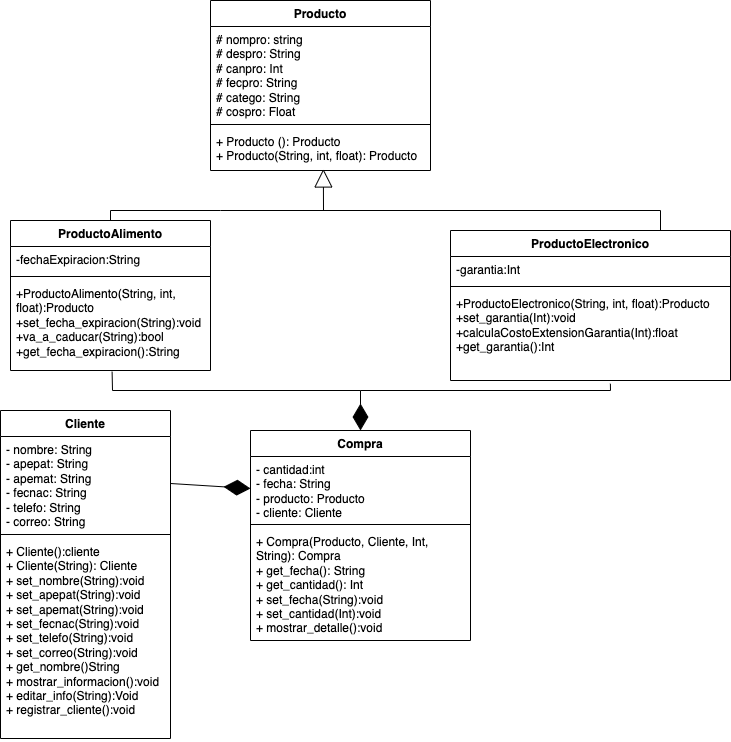
This is EasyBuy_DiagramaClases.png from ValeMargain/proyecto-TC1033.301, a draw.io export, as it was before one commit. Source tidied: cells renumbered, new cells last; positions are measured from the earlier drawing's top-left corner, leaving out a move shared by most shapes.
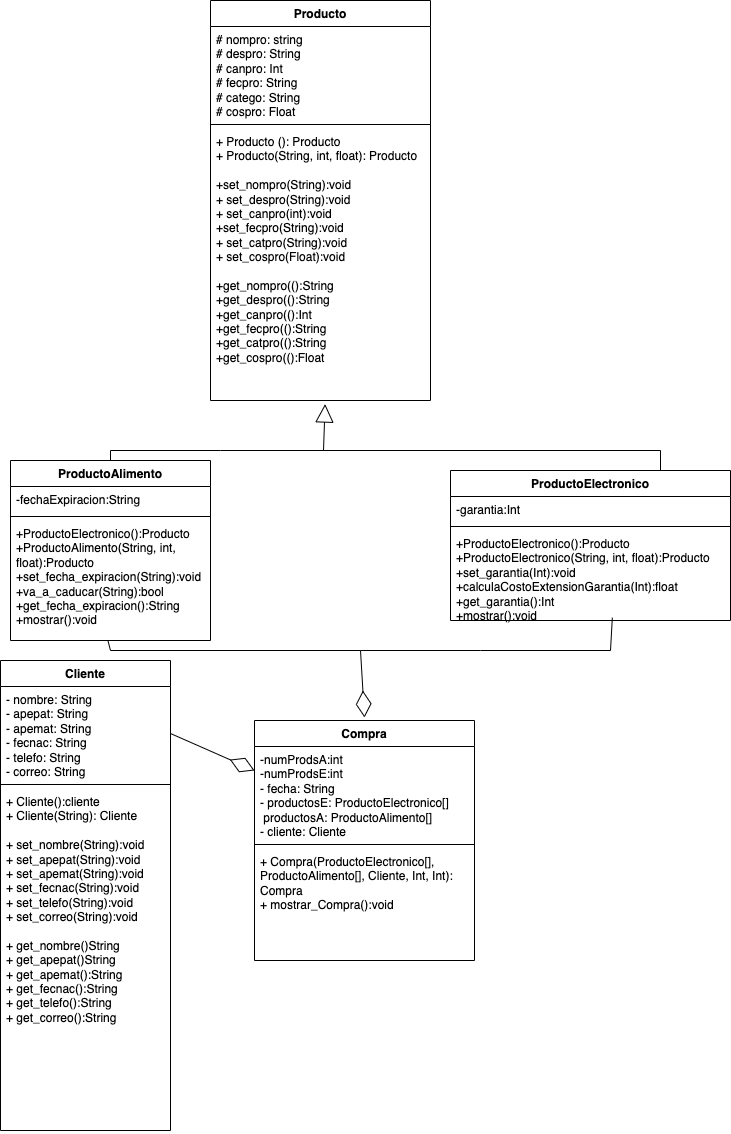
After the commit.

Diff of the diagram source:
```diff
@@ -3,7 +3,7 @@
     <mxCell id="0" />
     <mxCell id="1" parent="0" />
     <mxCell id="2" value="Cliente" style="swimlane;fontStyle=1;align=center;verticalAlign=top;horizontal=1;startSize=26;whiteSpace=wrap;html=1;" parent="1" vertex="1">
-      <mxGeometry y="410" width="170" height="328" as="geometry" />
+      <mxGeometry y="420" width="170" height="470" as="geometry" />
     </mxCell>
     <mxCell id="3" value="- nombre: String&lt;div&gt;- apepat: String&lt;/div&gt;&lt;div&gt;- apemat: String&lt;/div&gt;&lt;div&gt;- fecnac: String&lt;/div&gt;&lt;div&gt;- telefo: String&lt;/div&gt;&lt;div&gt;- correo: String&lt;/div&gt;" style="text;strokeColor=none;fillColor=none;align=left;verticalAlign=top;spacingLeft=4;spacingRight=4;overflow=hidden;points=[[0,0.5],[1,0.5]];portConstraint=eastwest;whiteSpace=wrap;html=1;" parent="2" vertex="1">
       <mxGeometry y="26" width="170" height="94" as="geometry" />
@@ -11,11 +11,11 @@
     <mxCell id="4" style="line;strokeWidth=1;fillColor=none;align=left;verticalAlign=middle;spacingTop=-1;spacingLeft=3;spacingRight=3;labelPosition=right;strokeColor=inherit;" parent="2" vertex="1">
       <mxGeometry y="120" width="170" height="8" as="geometry" />
     </mxCell>
-    <mxCell id="5" value="+ Cliente():cliente&lt;div&gt;+ Cliente(String): Cliente&lt;/div&gt;&lt;div&gt;+ set_nombre(String):void&lt;/div&gt;&lt;div&gt;+ set_apepat(String):void&lt;/div&gt;&lt;div&gt;+ set_apemat(String):void&lt;/div&gt;&lt;div&gt;+ set_fecnac(String):void&lt;/div&gt;&lt;div&gt;+ set_telefo(String):void&lt;br&gt;&lt;div&gt;+ set_correo(String):void&lt;/div&gt;&lt;/div&gt;&lt;div&gt;+ get_nombre()String&lt;/div&gt;&lt;div&gt;+ mostrar_informacion():void&lt;/div&gt;&lt;div&gt;+ editar_info(String):Void&lt;/div&gt;&lt;div&gt;+ registrar_cliente():void&lt;/div&gt;" style="text;strokeColor=none;fillColor=none;align=left;verticalAlign=top;spacingLeft=4;spacingRight=4;overflow=hidden;whiteSpace=wrap;html=1;" parent="2" vertex="1">
-      <mxGeometry y="128" width="170" height="200" as="geometry" />
+    <mxCell id="5" value="+ Cliente():cliente&lt;div&gt;+ Cliente(String): Cliente&lt;/div&gt;&lt;div&gt;&lt;br&gt;&lt;/div&gt;&lt;div&gt;+ set_nombre(String):void&lt;/div&gt;&lt;div&gt;+ set_apepat(String):void&lt;/div&gt;&lt;div&gt;+ set_apemat(String):void&lt;/div&gt;&lt;div&gt;+ set_fecnac(String):void&lt;/div&gt;&lt;div&gt;+ set_telefo(String):void&lt;br&gt;&lt;div&gt;+ set_correo(String):void&lt;/div&gt;&lt;/div&gt;&lt;div&gt;&lt;br&gt;&lt;/div&gt;&lt;div&gt;+ get_nombre()String&lt;/div&gt;&lt;div&gt;+ get_apepat()String&lt;/div&gt;&lt;div&gt;+&lt;span style=&quot;background-color: initial;&quot;&gt;&amp;nbsp;get_apemat():String&lt;/span&gt;&lt;/div&gt;&lt;div&gt;&lt;span style=&quot;background-color: initial;&quot;&gt;+&lt;/span&gt;&lt;span style=&quot;background-color: initial;&quot;&gt;&amp;nbsp;get_fecnac():String&lt;/span&gt;&lt;/div&gt;&lt;div&gt;&lt;span style=&quot;background-color: initial;&quot;&gt;+&lt;/span&gt;&lt;span style=&quot;background-color: initial;&quot;&gt;&amp;nbsp;get_telefo():String&lt;/span&gt;&lt;/div&gt;&lt;div&gt;&lt;span style=&quot;background-color: initial;&quot;&gt;+&lt;/span&gt;&lt;span style=&quot;background-color: initial;&quot;&gt;&amp;nbsp;get_correo():String&lt;/span&gt;&lt;/div&gt;&lt;div&gt;&lt;br&gt;&lt;/div&gt;" style="text;strokeColor=none;fillColor=none;align=left;verticalAlign=top;spacingLeft=4;spacingRight=4;overflow=hidden;whiteSpace=wrap;html=1;" parent="2" vertex="1">
+      <mxGeometry y="128" width="170" height="342" as="geometry" />
     </mxCell>
     <mxCell id="6" value="Producto" style="swimlane;fontStyle=1;align=center;verticalAlign=top;horizontal=1;startSize=26;whiteSpace=wrap;html=1;" parent="1" vertex="1">
-      <mxGeometry x="210" width="220" height="170" as="geometry" />
+      <mxGeometry x="210" y="-240" width="220" height="400" as="geometry" />
     </mxCell>
     <mxCell id="7" value="# nompro: string&lt;div&gt;# despro: String&lt;/div&gt;&lt;div&gt;# canpro: Int&lt;/div&gt;&lt;div&gt;# fecpro: String&lt;/div&gt;&lt;div&gt;# catego: String&lt;/div&gt;&lt;div&gt;# cospro: Float&lt;/div&gt;" style="text;strokeColor=none;fillColor=none;align=left;verticalAlign=top;spacingLeft=4;spacingRight=4;overflow=hidden;whiteSpace=wrap;html=1;" parent="6" vertex="1">
       <mxGeometry y="26" width="220" height="94" as="geometry" />
@@ -23,23 +23,23 @@
     <mxCell id="8" style="line;strokeWidth=1;fillColor=none;align=left;verticalAlign=middle;spacingTop=-1;spacingLeft=3;spacingRight=3;labelPosition=right;strokeColor=inherit;" parent="6" vertex="1">
       <mxGeometry y="120" width="220" height="8" as="geometry" />
     </mxCell>
-    <mxCell id="9" value="+ Producto (): Producto&lt;div&gt;+ Producto(String, int, float): Producto&lt;/div&gt;" style="text;strokeColor=none;fillColor=none;align=left;verticalAlign=top;spacingLeft=4;spacingRight=4;overflow=hidden;points=[[0,0.5],[1,0.5]];portConstraint=eastwest;whiteSpace=wrap;html=1;" parent="6" vertex="1">
-      <mxGeometry y="128" width="220" height="42" as="geometry" />
+    <mxCell id="9" value="+ Producto (): Producto&lt;div&gt;+ Producto(String, int, float): Producto&lt;/div&gt;&lt;div&gt;&lt;span style=&quot;text-align: center;&quot;&gt;&lt;br&gt;&lt;/span&gt;&lt;/div&gt;&lt;div&gt;&lt;span style=&quot;text-align: center;&quot;&gt;+set_nompro(String):void&lt;/span&gt;&lt;/div&gt;&lt;div&gt;&lt;span style=&quot;text-align: center;&quot;&gt;+&lt;/span&gt;&lt;span style=&quot;text-align: center;&quot;&gt;&amp;nbsp;&lt;/span&gt;&lt;span style=&quot;text-align: center;&quot;&gt;set_despro&lt;/span&gt;&lt;span style=&quot;text-align: center;&quot;&gt;(String):void&lt;/span&gt;&lt;span style=&quot;text-align: center;&quot;&gt;&lt;/span&gt;&lt;/div&gt;&lt;div&gt;&lt;span style=&quot;text-align: center;&quot;&gt;+&lt;/span&gt;&lt;span style=&quot;text-align: center;&quot;&gt;&amp;nbsp;set_canpro&lt;/span&gt;&lt;span style=&quot;text-align: center;&quot;&gt;(int):void&lt;/span&gt;&lt;span style=&quot;text-align: center;&quot;&gt;&lt;/span&gt;&lt;/div&gt;&lt;div&gt;&lt;div&gt;&lt;span style=&quot;text-align: center;&quot;&gt;+set_fecpro(String):void&lt;/span&gt;&lt;/div&gt;&lt;div&gt;&lt;span style=&quot;text-align: center;&quot;&gt;+&lt;/span&gt;&lt;span style=&quot;text-align: center;&quot;&gt;&amp;nbsp;&lt;/span&gt;&lt;span style=&quot;text-align: center;&quot;&gt;set_catpro&lt;/span&gt;&lt;span style=&quot;text-align: center;&quot;&gt;(String):void&lt;/span&gt;&lt;span style=&quot;text-align: center;&quot;&gt;&lt;/span&gt;&lt;/div&gt;&lt;div&gt;&lt;span style=&quot;text-align: center;&quot;&gt;+&lt;/span&gt;&lt;span style=&quot;text-align: center;&quot;&gt;&amp;nbsp;set_cospro&lt;/span&gt;&lt;span style=&quot;text-align: center;&quot;&gt;(Float):void&lt;/span&gt;&lt;/div&gt;&lt;/div&gt;&lt;div&gt;&lt;span style=&quot;text-align: center;&quot;&gt;&lt;br&gt;&lt;/span&gt;&lt;/div&gt;&lt;div&gt;&lt;span style=&quot;text-align: center;&quot;&gt;+get_&lt;/span&gt;&lt;span style=&quot;text-align: center;&quot;&gt;nompro(&lt;/span&gt;&lt;span style=&quot;background-color: initial; text-align: center;&quot;&gt;():String&lt;/span&gt;&lt;/div&gt;&lt;div&gt;&lt;div&gt;&lt;span style=&quot;text-align: center;&quot;&gt;+get_desp&lt;/span&gt;&lt;span style=&quot;text-align: center;&quot;&gt;ro(&lt;/span&gt;&lt;span style=&quot;background-color: initial; text-align: center;&quot;&gt;():String&lt;/span&gt;&lt;/div&gt;&lt;/div&gt;&lt;div&gt;&lt;div&gt;&lt;span style=&quot;text-align: center;&quot;&gt;+get_can&lt;/span&gt;&lt;span style=&quot;text-align: center;&quot;&gt;pro(&lt;/span&gt;&lt;span style=&quot;background-color: initial; text-align: center;&quot;&gt;():Int&lt;/span&gt;&lt;/div&gt;&lt;/div&gt;&lt;div&gt;&lt;div&gt;&lt;span style=&quot;text-align: center;&quot;&gt;+get_fec&lt;/span&gt;&lt;span style=&quot;text-align: center;&quot;&gt;pro(&lt;/span&gt;&lt;span style=&quot;background-color: initial; text-align: center;&quot;&gt;():String&lt;/span&gt;&lt;/div&gt;&lt;/div&gt;&lt;div&gt;&lt;div&gt;&lt;span style=&quot;text-align: center;&quot;&gt;+get_cat&lt;/span&gt;&lt;span style=&quot;text-align: center;&quot;&gt;pro(&lt;/span&gt;&lt;span style=&quot;background-color: initial; text-align: center;&quot;&gt;():String&lt;/span&gt;&lt;/div&gt;&lt;/div&gt;&lt;div&gt;&lt;div&gt;&lt;span style=&quot;text-align: center;&quot;&gt;+get_cos&lt;/span&gt;&lt;span style=&quot;text-align: center;&quot;&gt;pro(&lt;/span&gt;&lt;span style=&quot;background-color: initial; text-align: center;&quot;&gt;():Float&lt;/span&gt;&lt;/div&gt;&lt;/div&gt;&lt;div&gt;&lt;span style=&quot;background-color: initial; text-align: center;&quot;&gt;&lt;br&gt;&lt;/span&gt;&lt;/div&gt;&lt;div&gt;&lt;span style=&quot;text-align: center;&quot;&gt;&lt;br&gt;&lt;/span&gt;&lt;/div&gt;&lt;div&gt;&lt;span style=&quot;text-align: center;&quot;&gt;&lt;br&gt;&lt;/span&gt;&lt;/div&gt;" style="text;strokeColor=none;fillColor=none;align=left;verticalAlign=top;spacingLeft=4;spacingRight=4;overflow=hidden;points=[[0,0.5],[1,0.5]];portConstraint=eastwest;whiteSpace=wrap;html=1;" parent="6" vertex="1">
+      <mxGeometry y="128" width="220" height="272" as="geometry" />
     </mxCell>
     <mxCell id="10" value="Compra" style="swimlane;fontStyle=1;align=center;verticalAlign=top;horizontal=1;startSize=26;whiteSpace=wrap;html=1;" parent="1" vertex="1">
-      <mxGeometry x="250" y="430" width="220" height="210" as="geometry" />
+      <mxGeometry x="254" y="480" width="220" height="240" as="geometry" />
     </mxCell>
-    <mxCell id="11" value="- cantidad:int&lt;div&gt;- fecha: String&lt;br&gt;&lt;div&gt;- producto: Producto&lt;/div&gt;&lt;div&gt;- cliente: Cliente&lt;/div&gt;&lt;div&gt;&lt;br&gt;&lt;/div&gt;&lt;/div&gt;" style="text;strokeColor=none;fillColor=none;align=left;verticalAlign=top;spacingLeft=4;spacingRight=4;overflow=hidden;points=[[0,0.5],[1,0.5]];portConstraint=eastwest;whiteSpace=wrap;html=1;" parent="10" vertex="1">
-      <mxGeometry y="26" width="220" height="64" as="geometry" />
+    <mxCell id="11" value="-numProdsA&lt;span style=&quot;background-color: initial;&quot;&gt;:int&lt;/span&gt;&lt;div&gt;-numProdsE&lt;span style=&quot;background-color: initial;&quot;&gt;:int&lt;/span&gt;&lt;br&gt;&lt;div&gt;- fecha: String&lt;br&gt;&lt;div&gt;- productosE: ProductoElectronico[]&lt;/div&gt;&lt;div&gt;&amp;nbsp;productosA: ProductoAlimento[]&lt;/div&gt;&lt;div&gt;- cliente: Cliente&lt;/div&gt;&lt;div&gt;&lt;br&gt;&lt;/div&gt;&lt;/div&gt;&lt;/div&gt;" style="text;strokeColor=none;fillColor=none;align=left;verticalAlign=top;spacingLeft=4;spacingRight=4;overflow=hidden;points=[[0,0.5],[1,0.5]];portConstraint=eastwest;whiteSpace=wrap;html=1;" parent="10" vertex="1">
+      <mxGeometry y="26" width="220" height="94" as="geometry" />
     </mxCell>
     <mxCell id="12" style="line;strokeWidth=1;fillColor=none;align=left;verticalAlign=middle;spacingTop=-1;spacingLeft=3;spacingRight=3;labelPosition=right;strokeColor=inherit;" parent="10" vertex="1">
-      <mxGeometry y="90" width="220" height="8" as="geometry" />
+      <mxGeometry y="120" width="220" height="8" as="geometry" />
     </mxCell>
-    <mxCell id="13" value="+ Compra(Producto, Cliente, Int, String): Compra&lt;div&gt;+ get_fecha(): String&lt;/div&gt;&lt;div&gt;+ get_cantidad(): Int&lt;/div&gt;&lt;div&gt;+ set_fecha(String):void&lt;/div&gt;&lt;div&gt;+ set_cantidad(Int):void&lt;/div&gt;&lt;div&gt;+ mostrar_detalle():void&lt;/div&gt;&lt;div&gt;&lt;br&gt;&lt;/div&gt;" style="text;strokeColor=none;fillColor=none;align=left;verticalAlign=top;spacingLeft=4;spacingRight=4;overflow=hidden;whiteSpace=wrap;html=1;" parent="10" vertex="1">
-      <mxGeometry y="98" width="220" height="112" as="geometry" />
+    <mxCell id="13" value="+ Compra(ProductoElectronico[], ProductoAlimento[],&amp;nbsp;Cliente, Int, Int): Compra&lt;div&gt;+ mostrar_Compra():void&lt;/div&gt;&lt;div&gt;&lt;br&gt;&lt;/div&gt;" style="text;strokeColor=none;fillColor=none;align=left;verticalAlign=top;spacingLeft=4;spacingRight=4;overflow=hidden;whiteSpace=wrap;html=1;" parent="10" vertex="1">
+      <mxGeometry y="128" width="220" height="112" as="geometry" />
     </mxCell>
     <mxCell id="14" value="ProductoAlimento" style="swimlane;fontStyle=1;align=center;verticalAlign=top;horizontal=1;startSize=26;whiteSpace=wrap;html=1;" parent="1" vertex="1">
-      <mxGeometry x="10" y="220" width="200" height="150" as="geometry" />
+      <mxGeometry x="10" y="220" width="200" height="180" as="geometry" />
     </mxCell>
     <mxCell id="15" value="-fechaExpiracion:String" style="text;strokeColor=none;fillColor=none;align=left;verticalAlign=top;spacingLeft=4;spacingRight=4;overflow=hidden;whiteSpace=wrap;html=1;" parent="14" vertex="1">
       <mxGeometry y="26" width="200" height="26" as="geometry" />
@@ -47,9 +47,19 @@
     <mxCell id="16" style="line;strokeWidth=1;fillColor=none;align=left;verticalAlign=middle;spacingTop=-1;spacingLeft=3;spacingRight=3;labelPosition=right;strokeColor=inherit;" parent="14" vertex="1">
       <mxGeometry y="52" width="200" height="8" as="geometry" />
     </mxCell>
-    <mxCell id="17" value="&lt;span style=&quot;text-align: center;&quot;&gt;+ProductoAlimento(String, int, float):Producto&lt;/span&gt;&lt;div&gt;&lt;span style=&quot;text-align: center;&quot;&gt;+set_fecha_expiracion(String):void&lt;/span&gt;&lt;/div&gt;&lt;div&gt;&lt;span style=&quot;text-align: center;&quot;&gt;+va_a_caducar(String):bool&lt;/span&gt;&lt;/div&gt;&lt;div&gt;&lt;span style=&quot;text-align: center;&quot;&gt;+get_&lt;/span&gt;&lt;span style=&quot;text-align: center; background-color: initial;&quot;&gt;fecha_expiracion():String&lt;/span&gt;&lt;/div&gt;" style="text;strokeColor=none;fillColor=none;align=left;verticalAlign=top;spacingLeft=4;spacingRight=4;overflow=hidden;points=[[0,0.5],[1,0.5]];portConstraint=eastwest;whiteSpace=wrap;html=1;" parent="14" vertex="1">
-      <mxGeometry y="60" width="200" height="90" as="geometry" />
+    <mxCell id="17" value="&lt;div&gt;&lt;span style=&quot;text-align: center;&quot;&gt;+ProductoElectronico():Producto&lt;/span&gt;&lt;span style=&quot;text-align: center;&quot;&gt;&lt;/span&gt;&lt;/div&gt;&lt;span style=&quot;text-align: center;&quot;&gt;+ProductoAlimento(String, int, float):Producto&lt;/span&gt;&lt;div&gt;&lt;span style=&quot;text-align: center;&quot;&gt;+set_fecha_expiracion(String):void&lt;/span&gt;&lt;/div&gt;&lt;div&gt;&lt;span style=&quot;text-align: center;&quot;&gt;+va_a_caducar(String):bool&lt;/span&gt;&lt;/div&gt;&lt;div&gt;&lt;span style=&quot;text-align: center;&quot;&gt;+get_&lt;/span&gt;&lt;span style=&quot;text-align: center; background-color: initial;&quot;&gt;fecha_expiracion():String&lt;/span&gt;&lt;/div&gt;&lt;div&gt;&lt;span style=&quot;text-align: center; background-color: initial;&quot;&gt;+mostrar():void&lt;/span&gt;&lt;/div&gt;&lt;div&gt;&lt;span style=&quot;text-align: center; background-color: initial;&quot;&gt;&lt;br&gt;&lt;/span&gt;&lt;/div&gt;" style="text;strokeColor=none;fillColor=none;align=left;verticalAlign=top;spacingLeft=4;spacingRight=4;overflow=hidden;points=[[0,0.5],[1,0.5]];portConstraint=eastwest;whiteSpace=wrap;html=1;" parent="14" vertex="1">
+      <mxGeometry y="60" width="200" height="120" as="geometry" />
     </mxCell>
+    <mxCell id="29" style="endArrow=diamondThin;endFill=0;endSize=24;html=1;rounded=0;entryX=0.5;entryY=0;entryDx=0;entryDy=0;exitX=0.487;exitY=1.025;exitDx=0;exitDy=0;exitPerimeter=0;" parent="14" edge="1">
+      <mxGeometry relative="1" as="geometry">
+        <mxPoint x="97.4" y="180" as="sourcePoint" />
+        <mxPoint x="354" y="257" as="targetPoint" />
+        <Array as="points">
+          <mxPoint x="100" y="190" />
+          <mxPoint x="350" y="190" />
+        </Array>
+      </mxGeometry>
+    </mxCell>
     <mxCell id="18" value="ProductoElectronico" style="swimlane;fontStyle=1;align=center;verticalAlign=top;horizontal=1;startSize=26;whiteSpace=wrap;html=1;" parent="1" vertex="1">
       <mxGeometry x="450" y="230" width="280" height="150" as="geometry" />
     </mxCell>
@@ -59,10 +69,10 @@
     <mxCell id="20" style="line;strokeWidth=1;fillColor=none;align=left;verticalAlign=middle;spacingTop=-1;spacingLeft=3;spacingRight=3;labelPosition=right;strokeColor=inherit;" parent="18" vertex="1">
       <mxGeometry y="52" width="280" height="8" as="geometry" />
     </mxCell>
-    <mxCell id="21" value="&lt;span style=&quot;text-align: center;&quot;&gt;+ProductoElectronico(String, int, float):Producto&lt;/span&gt;&lt;div&gt;&lt;span style=&quot;text-align: center;&quot;&gt;+set_garantia(Int):void&lt;/span&gt;&lt;/div&gt;&lt;div&gt;&lt;span style=&quot;text-align: center;&quot;&gt;+calculaCostoExtensionGarantia(Int):float&lt;/span&gt;&lt;/div&gt;&lt;div&gt;&lt;span style=&quot;text-align: center;&quot;&gt;+get_garantia&lt;/span&gt;&lt;span style=&quot;text-align: center; background-color: initial;&quot;&gt;():Int&lt;/span&gt;&lt;/div&gt;" style="text;strokeColor=none;fillColor=none;align=left;verticalAlign=top;spacingLeft=4;spacingRight=4;overflow=hidden;points=[[0,0.5],[1,0.5]];portConstraint=eastwest;whiteSpace=wrap;html=1;" parent="18" vertex="1">
+    <mxCell id="21" value="&lt;div&gt;&lt;span style=&quot;text-align: center;&quot;&gt;+ProductoElectronico():Producto&lt;/span&gt;&lt;/div&gt;&lt;div&gt;&lt;span style=&quot;text-align: center;&quot;&gt;+ProductoElectronico(String, int, float):Producto&lt;/span&gt;&lt;div&gt;&lt;span style=&quot;text-align: center;&quot;&gt;+set_garantia(Int):void&lt;/span&gt;&lt;/div&gt;&lt;div&gt;&lt;span style=&quot;text-align: center;&quot;&gt;+calculaCostoExtensionGarantia(Int):float&lt;/span&gt;&lt;/div&gt;&lt;div&gt;&lt;span style=&quot;text-align: center;&quot;&gt;+get_garantia&lt;/span&gt;&lt;span style=&quot;text-align: center; background-color: initial;&quot;&gt;():Int&lt;/span&gt;&lt;/div&gt;&lt;div&gt;&lt;span style=&quot;text-align: center;&quot;&gt;+mostrar():void&lt;/span&gt;&lt;span style=&quot;text-align: center; background-color: initial;&quot;&gt;&lt;/span&gt;&lt;/div&gt;&lt;/div&gt;" style="text;strokeColor=none;fillColor=none;align=left;verticalAlign=top;spacingLeft=4;spacingRight=4;overflow=hidden;points=[[0,0.5],[1,0.5]];portConstraint=eastwest;whiteSpace=wrap;html=1;" parent="18" vertex="1">
       <mxGeometry y="60" width="280" height="90" as="geometry" />
     </mxCell>
-    <mxCell id="22" style="endArrow=block;endSize=16;endFill=0;html=1;rounded=0;entryX=0.513;entryY=0.964;entryDx=0;entryDy=0;entryPerimeter=0;exitX=0.5;exitY=0;exitDx=0;exitDy=0;" parent="1" edge="1" source="14" target="9">
+    <mxCell id="22" style="endArrow=block;endSize=16;endFill=0;html=1;rounded=0;entryX=0.521;entryY=1.013;entryDx=0;entryDy=0;entryPerimeter=0;exitX=0.5;exitY=0;exitDx=0;exitDy=0;" parent="1" edge="1" source="14" target="9">
       <mxGeometry relative="1" as="geometry">
         <Array as="points">
           <mxPoint x="110" y="210" />
@@ -71,14 +81,6 @@
         </Array>
       </mxGeometry>
     </mxCell>
-    <mxCell id="23" style="endArrow=diamondThin;endFill=1;endSize=24;html=1;rounded=0;entryX=0.5;entryY=0;entryDx=0;entryDy=0;exitX=0.508;exitY=1.014;exitDx=0;exitDy=0;exitPerimeter=0;" parent="1" edge="1" source="17" target="10">
-      <mxGeometry relative="1" as="geometry">
-        <Array as="points">
-          <mxPoint x="112" y="390" />
-          <mxPoint x="360" y="390" />
-        </Array>
-      </mxGeometry>
-    </mxCell>
     <mxCell id="24" style="endArrow=none;html=1;rounded=0;fontSize=12;startSize=8;endSize=8;curved=1;" parent="1" edge="1">
       <mxGeometry relative="1" as="geometry">
         <mxPoint x="320" y="210" as="sourcePoint" />
@@ -90,19 +92,22 @@
         <mxPoint x="660" y="210" as="targetPoint" />
       </mxGeometry>
     </mxCell>
-    <mxCell id="26" style="endArrow=diamondThin;endFill=1;endSize=24;html=1;rounded=0;entryX=0;entryY=0.5;entryDx=0;entryDy=0;exitX=1;exitY=0.5;exitDx=0;exitDy=0;" parent="1" edge="1" source="3" target="11">
-      <mxGeometry relative="1" as="geometry" />
-    </mxCell>
     <mxCell id="27" style="endArrow=none;html=1;rounded=0;fontSize=12;startSize=8;endSize=8;curved=1;" parent="1" edge="1">
       <mxGeometry relative="1" as="geometry">
-        <mxPoint x="360" y="390" as="sourcePoint" />
-        <mxPoint x="610" y="390" as="targetPoint" />
+        <mxPoint x="360" y="410" as="sourcePoint" />
+        <mxPoint x="610" y="410" as="targetPoint" />
+        <Array as="points">
+          <mxPoint x="480" y="410" />
+        </Array>
       </mxGeometry>
     </mxCell>
-    <mxCell id="28" style="endArrow=none;html=1;rounded=0;fontSize=12;startSize=8;endSize=8;curved=1;entryX=0.571;entryY=1.036;entryDx=0;entryDy=0;entryPerimeter=0;" parent="1" edge="1" target="21">
+    <mxCell id="28" style="endArrow=none;html=1;rounded=0;fontSize=12;startSize=8;endSize=8;curved=1;entryX=0.578;entryY=0.969;entryDx=0;entryDy=0;entryPerimeter=0;" parent="1" edge="1" target="21">
       <mxGeometry relative="1" as="geometry">
-        <mxPoint x="610" y="390" as="sourcePoint" />
+        <mxPoint x="610" y="410" as="sourcePoint" />
       </mxGeometry>
     </mxCell>
+    <mxCell id="26" style="endArrow=diamondThin;endFill=0;endSize=24;html=1;rounded=0;exitX=1;exitY=0.5;exitDx=0;exitDy=0;entryX=0;entryY=0.255;entryDx=0;entryDy=0;entryPerimeter=0;" parent="1" edge="1" source="3" target="11">
+      <mxGeometry relative="1" as="geometry" />
+    </mxCell>
   </root>
 </mxGraphModel>
```
